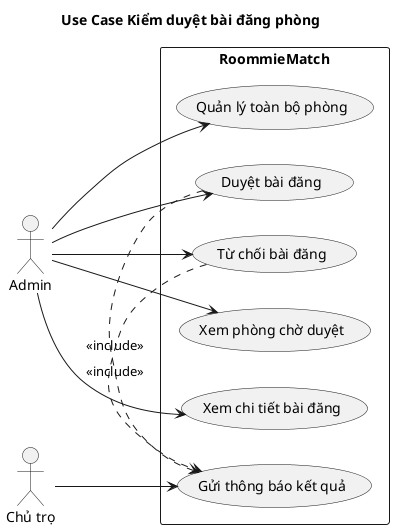
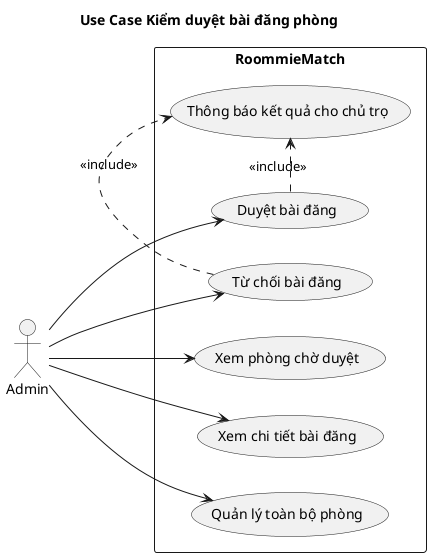
@startuml
title Use Case Kiểm duyệt bài đăng phòng

left to right direction
skinparam shadowing false
actor "Admin" as Admin
- actor "Chủ trọ" as Landlord

rectangle "RoommieMatch" {
  usecase "Xem phòng chờ duyệt" as ViewPendingRooms
  usecase "Xem chi tiết bài đăng" as ViewRoomDetail
  usecase "Duyệt bài đăng" as ApproveRoom
  usecase "Từ chối bài đăng" as RejectRoom
  usecase "Quản lý toàn bộ phòng" as ManageAllRooms
-   usecase "Gửi thông báo kết quả" as NotifyLandlord
+   usecase "Thông báo kết quả cho chủ trọ" as NotifyLandlord
}

Admin --> ViewPendingRooms
Admin --> ViewRoomDetail
Admin --> ApproveRoom
Admin --> RejectRoom
Admin --> ManageAllRooms
- Landlord --> NotifyLandlord

ApproveRoom .> NotifyLandlord : <<include>>
RejectRoom .> NotifyLandlord : <<include>>

@enduml
